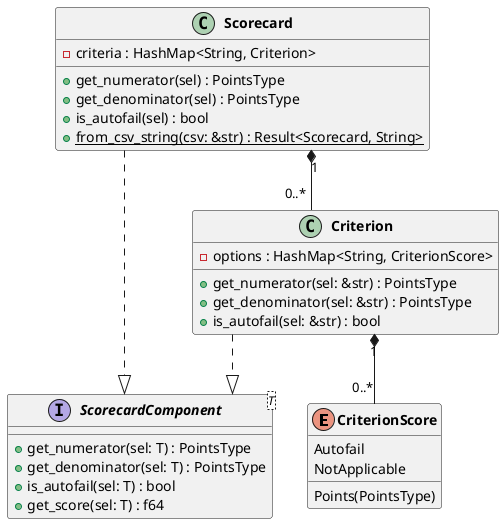
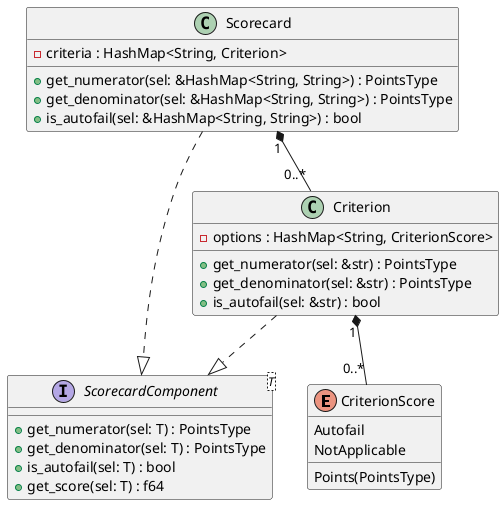
@startuml scorecard
- 
- skinparam monochrome false
- skinparam classFontStyle bold
- skinparam linetype ortho

' ── Enum ─────────────────────────────────────────────────────
enum CriterionScore {
  Points(PointsType)
  Autofail
  NotApplicable
}

' ── Trait ────────────────────────────────────────────────────
interface "ScorecardComponent<T>" as ScorecardComponent {
  + get_numerator(sel: T) : PointsType
  + get_denominator(sel: T) : PointsType
  + is_autofail(sel: T) : bool
  + get_score(sel: T) : f64
}

' ── Struct: Criterion ────────────────────────────────────────
class Criterion {
  - options : HashMap<String, CriterionScore>
  + get_numerator(sel: &str) : PointsType
  + get_denominator(sel: &str) : PointsType
  + is_autofail(sel: &str) : bool
}

' ── Struct: Scorecard ────────────────────────────────────────
class Scorecard {
  - criteria : HashMap<String, Criterion>
-   + get_numerator(sel) : PointsType
-   + get_denominator(sel) : PointsType
-   + is_autofail(sel) : bool
-   + {static} from_csv_string(csv: &str) : Result<Scorecard, String>
+   + get_numerator(sel: &HashMap<String, String>) : PointsType
+   + get_denominator(sel: &HashMap<String, String>) : PointsType
+   + is_autofail(sel: &HashMap<String, String>) : bool
}

' ── Relationships ────────────────────────────────────────────
Criterion ..|> ScorecardComponent
Scorecard ..|> ScorecardComponent

Scorecard      "1" *-- "0..*" Criterion
Criterion      "1" *-- "0..*" CriterionScore


@enduml